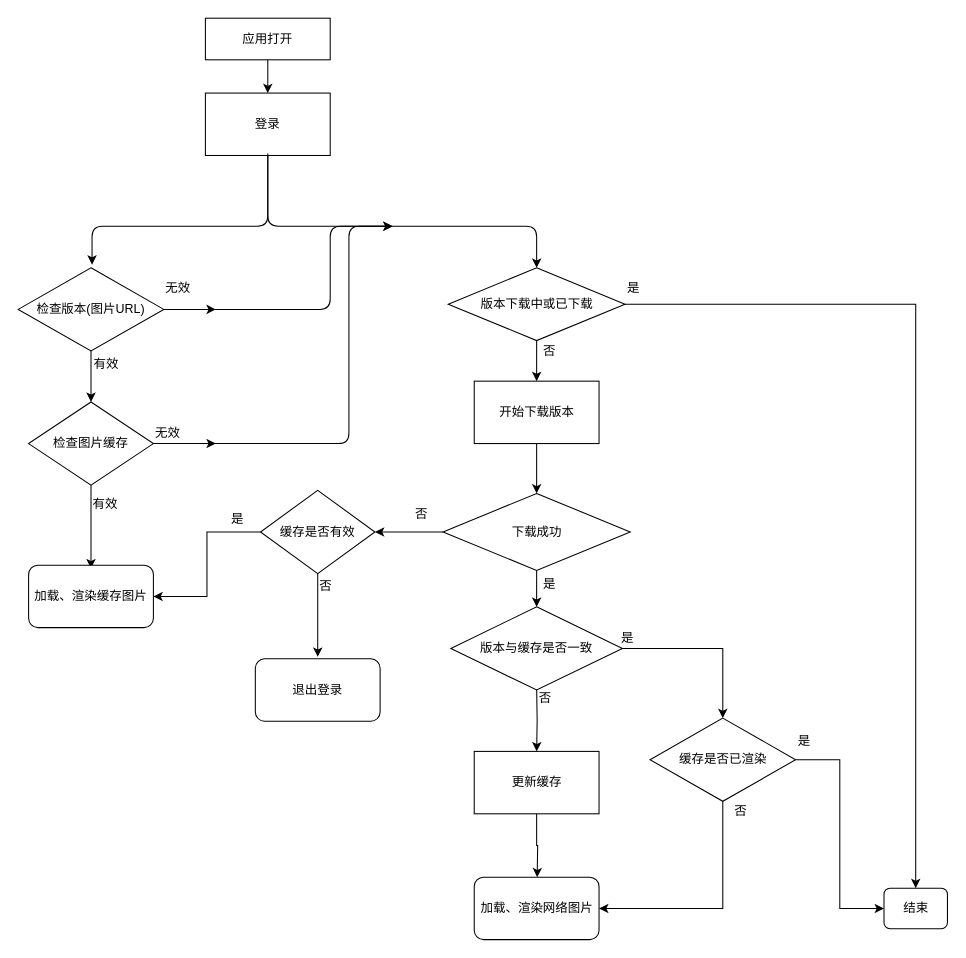
666luyong/Diagram keeps this draw.io diagram as Untitled Diagram.drawio. Above is the earlier version. Source tidied: cells renumbered, new cells numbered last; positions are measured from the earlier drawing's top-left corner, leaving out a move shared by most shapes. Both pictures are drawn from the tidied source at 104%, with x=0, y=0 at pixel (18, 18).
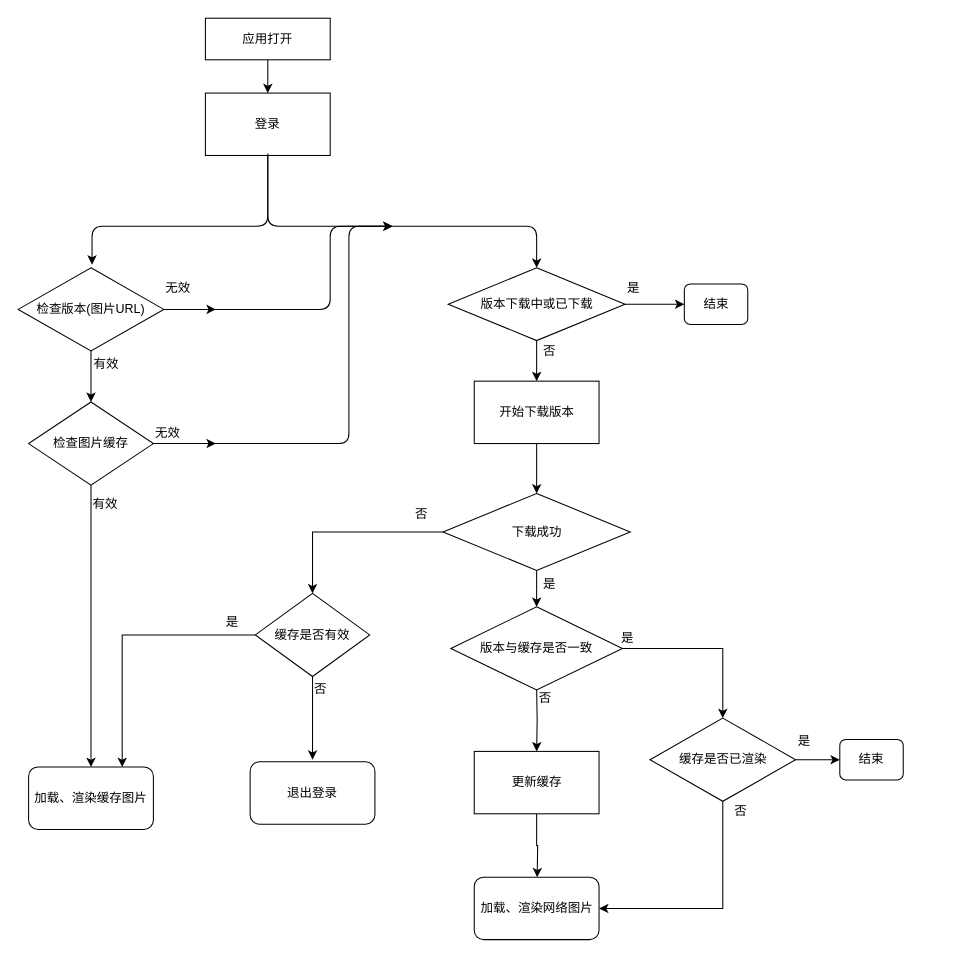
Above is the later version.

The change refers to these unchanged cells:
```xml
<mxCell id="17" value="检查图片缓存" style="rhombus;whiteSpace=wrap;html=1;" parent="1" vertex="1">
  <mxGeometry x="10" y="369" width="120" height="80" as="geometry" />
</mxCell>
<mxCell id="33" value="版本下载中或已下载" style="rhombus;whiteSpace=wrap;html=1;" parent="1" vertex="1">
  <mxGeometry x="413.5" y="240" width="170" height="70" as="geometry" />
</mxCell>
<mxCell id="42" value="下载成功" style="rhombus;whiteSpace=wrap;html=1;" parent="1" vertex="1">
  <mxGeometry x="408.5" y="457" width="180" height="74" as="geometry" />
</mxCell>
```

What changed in the source:
```diff
@@
-    <mxCell id="15" style="edgeStyle=orthogonalEdgeStyle;rounded=0;jettySize=auto;html=1;" parent="1" edge="1" source="17">
-      <mxGeometry relative="1" as="geometry">
-        <mxPoint x="70" y="529" as="targetPoint" />
-      </mxGeometry>
+    <mxCell id="15" style="edgeStyle=orthogonalEdgeStyle;rounded=0;jettySize=auto;html=1;entryX=0.5;entryY=0;entryDx=0;entryDy=0;" parent="1" edge="1" source="17" target="45">
+      <mxGeometry relative="1" as="geometry" />
     </mxCell>
@@
-    <mxCell id="32" style="edgeStyle=orthogonalEdgeStyle;rounded=0;jettySize=auto;html=1;entryX=0.5;entryY=0;entryDx=0;entryDy=0;" parent="1" edge="1" source="33" target="38">
-      <mxGeometry relative="1" as="geometry" />
-    </mxCell>
+    <mxCell id="53" style="edgeStyle=orthogonalEdgeStyle;rounded=0;jettySize=auto;html=1;" parent="1" edge="1" source="33" target="54">
+      <mxGeometry relative="1" as="geometry" />
+    </mxCell>
@@
     <mxCell id="38" value="结束" style="rounded=1;whiteSpace=wrap;html=1;" parent="1" vertex="1">
-      <mxGeometry x="832.5" y="836.5" width="61" height="39" as="geometry" />
+      <mxGeometry x="790" y="693.5" width="61" height="39" as="geometry" />
     </mxCell>
@@
-    <mxCell id="41" style="edgeStyle=orthogonalEdgeStyle;rounded=0;jettySize=auto;html=1;entryX=1;entryY=0.5;entryDx=0;entryDy=0;" parent="1" edge="1" source="42" target="49">
+    <mxCell id="41" style="edgeStyle=orthogonalEdgeStyle;rounded=0;jettySize=auto;html=1;exitX=0;exitY=0.5;exitDx=0;exitDy=0;entryX=0.5;entryY=0;entryDx=0;entryDy=0;" parent="1" edge="1" source="42" target="49">
       <mxGeometry relative="1" as="geometry" />
     </mxCell>
@@
     <mxCell id="45" value="&lt;span style=&quot;white-space: normal&quot;&gt;加载、渲染缓存图片&lt;/span&gt;" style="rounded=1;whiteSpace=wrap;html=1;" parent="1" vertex="1">
-      <mxGeometry x="10" y="526" width="120" height="60" as="geometry" />
+      <mxGeometry x="10" y="720" width="120" height="60" as="geometry" />
     </mxCell>
@@
+    <mxCell id="48" style="edgeStyle=orthogonalEdgeStyle;rounded=0;jettySize=auto;html=1;" parent="1" edge="1" source="49">
+      <mxGeometry relative="1" as="geometry">
+        <mxPoint x="283" y="713" as="targetPoint" />
+      </mxGeometry>
+    </mxCell>
-    <mxCell id="47" style="edgeStyle=orthogonalEdgeStyle;rounded=0;jettySize=auto;html=1;entryX=1;entryY=0.5;entryDx=0;entryDy=0;" parent="1" edge="1" source="49" target="45">
+    <mxCell id="47" style="edgeStyle=orthogonalEdgeStyle;rounded=0;jettySize=auto;html=1;entryX=0.75;entryY=0;entryDx=0;entryDy=0;" parent="1" edge="1" source="49" target="45">
       <mxGeometry relative="1" as="geometry" />
     </mxCell>
-    <mxCell id="48" style="edgeStyle=orthogonalEdgeStyle;rounded=0;jettySize=auto;html=1;" parent="1" edge="1" source="49">
-      <mxGeometry relative="1" as="geometry">
-        <mxPoint x="288" y="614" as="targetPoint" />
-      </mxGeometry>
-    </mxCell>
     <mxCell id="49" value="缓存是否有效" style="rhombus;whiteSpace=wrap;html=1;" parent="1" vertex="1">
-      <mxGeometry x="233" y="454" width="110" height="80" as="geometry" />
+      <mxGeometry x="228" y="553" width="110" height="80" as="geometry" />
     </mxCell>
     <mxCell id="50" value="是" style="text;html=1;align=left;verticalAlign=top;spacingTop=-4;" parent="1" vertex="1">
-      <mxGeometry x="203" y="472" width="30" height="20" as="geometry" />
+      <mxGeometry x="198" y="571" width="30" height="20" as="geometry" />
     </mxCell>
     <mxCell id="51" value="退出登录" style="rounded=1;whiteSpace=wrap;html=1;" parent="1" vertex="1">
-      <mxGeometry x="228" y="616" width="120" height="60" as="geometry" />
+      <mxGeometry x="223" y="715" width="120" height="60" as="geometry" />
     </mxCell>
     <mxCell id="52" value="否" style="text;html=1;align=left;verticalAlign=top;spacingTop=-4;" parent="1" vertex="1">
-      <mxGeometry x="288" y="536" width="30" height="20" as="geometry" />
+      <mxGeometry x="283" y="635" width="30" height="20" as="geometry" />
     </mxCell>
+    <mxCell id="54" value="结束" style="rounded=1;whiteSpace=wrap;html=1;" parent="1" vertex="1">
+      <mxGeometry x="640.5" y="255.5" width="61" height="39" as="geometry" />
+    </mxCell>
```
